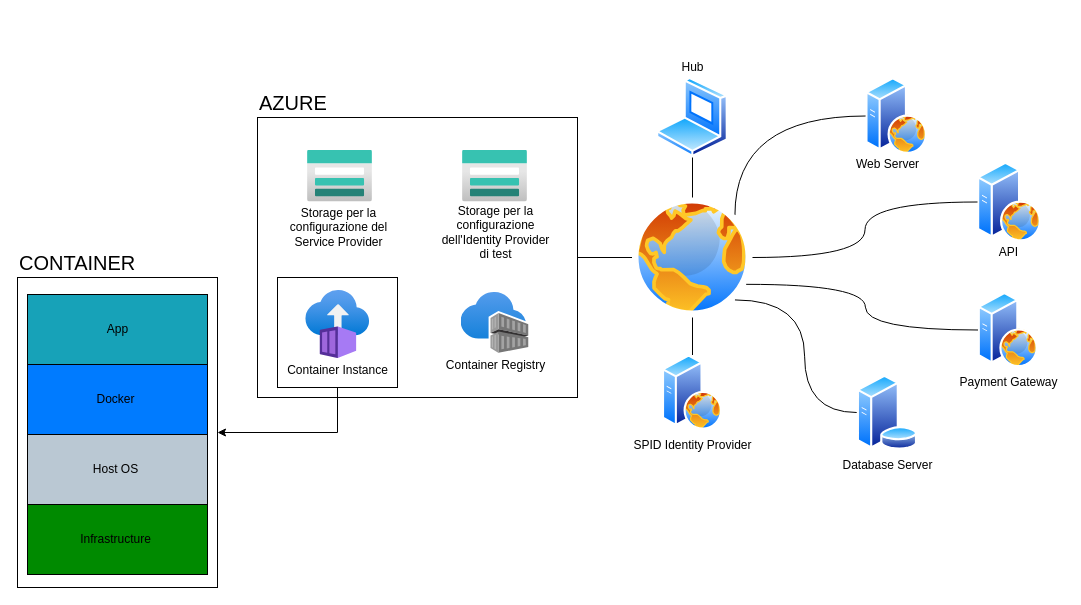
Earlier version of the draw.io diagram network.drawio (alex-sandri/esame-di-stato-2021). Source tidied: cells renumbered, new cells numbered last; positions are measured from the earlier drawing's top-left corner, leaving out a move shared by most shapes. Both pictures are drawn from the tidied source at 100%, with x=0, y=0 at pixel (17, 57).
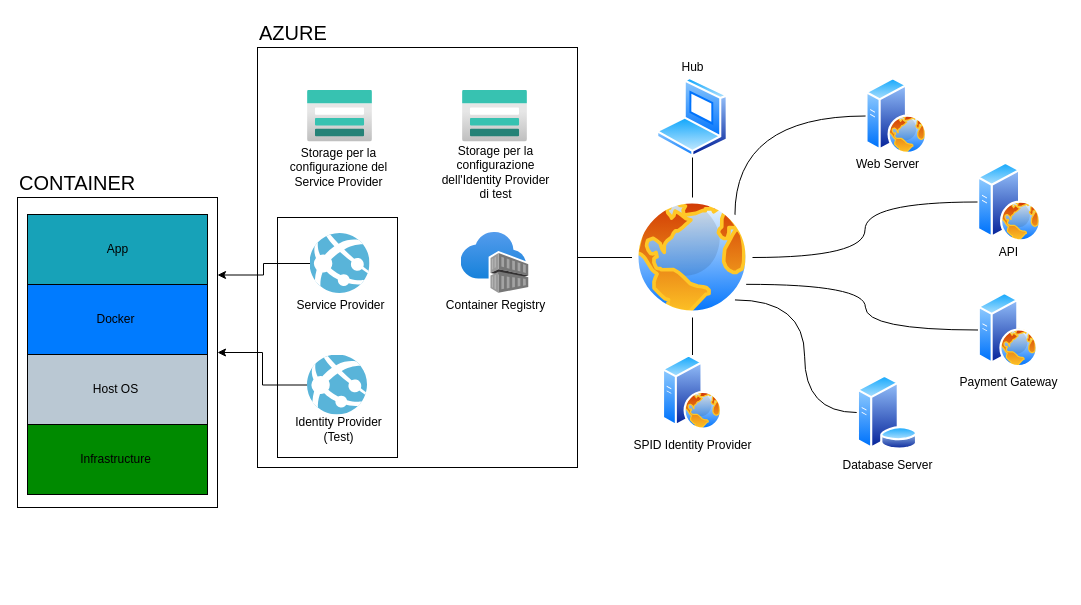
Above is the later version.

Commit message (it also covers changes not shown here):
Update network diagram

What changed in the source:
```diff
@@
     <mxCell id="2" style="html=1;align=center;image;fontSize=12;image=img/lib/azure2/containers/Container_Registries.svg;" parent="1" vertex="1">
-      <mxGeometry x="443.5" y="235" width="68" height="61" as="geometry" />
+      <mxGeometry x="443.5" y="175" width="68" height="61" as="geometry" />
     </mxCell>
-    <mxCell id="3" style="html=1;align=center;image;fontSize=12;image=img/lib/azure2/compute/Container_Instances.svg;" parent="1" vertex="1">
-      <mxGeometry x="288.2" y="233" width="64" height="68" as="geometry" />
-    </mxCell>
     <mxCell id="4" style="html=1;align=center;image;fontSize=12;image=img/lib/azure2/storage/Storage_Accounts.svg;" parent="1" vertex="1">
-      <mxGeometry x="445" y="92.5" width="65" height="52" as="geometry" />
+      <mxGeometry x="445" y="32.5" width="65" height="52" as="geometry" />
     </mxCell>
     <mxCell id="5" style="html=1;align=center;image;fontSize=12;image=img/lib/azure2/storage/Storage_Accounts.svg;" parent="1" vertex="1">
-      <mxGeometry x="290" y="92.5" width="65" height="52" as="geometry" />
+      <mxGeometry x="290" y="32.5" width="65" height="52" as="geometry" />
     </mxCell>
@@
     <mxCell id="7" style="rounded=0;whiteSpace=wrap;html=1;fillColor=none;" parent="1" vertex="1">
-      <mxGeometry x="240" y="60" width="320" height="280" as="geometry" />
+      <mxGeometry x="240" y="-10" width="320" height="420" as="geometry" />
     </mxCell>
     <mxCell id="8" value="AZURE" style="text;html=1;align=left;verticalAlign=middle;strokeColor=none;fontSize=20;fontStyle=0;labelBackgroundColor=none;" parent="1" vertex="1">
-      <mxGeometry x="240" y="30" width="80" height="30" as="geometry" />
+      <mxGeometry x="240" y="-40" width="80" height="30" as="geometry" />
     </mxCell>
@@
     <mxCell id="19" value="Container Registry" style="text;html=1;align=center;verticalAlign=middle;strokeColor=none;" parent="1" vertex="1">
-      <mxGeometry x="422.5" y="297.5" width="110" height="20" as="geometry" />
+      <mxGeometry x="422.5" y="237.5" width="110" height="20" as="geometry" />
     </mxCell>
-    <mxCell id="20" value="Container Instance" style="text;html=1;align=center;verticalAlign=middle;strokeColor=none;" parent="1" vertex="1">
-      <mxGeometry x="259.8" y="302.5" width="120" height="20" as="geometry" />
-    </mxCell>
     <mxCell id="21" value="Storage per la&lt;br&gt;configurazione del&lt;br&gt;Service Provider" style="text;html=1;align=center;verticalAlign=middle;strokeColor=none;" parent="1" vertex="1">
-      <mxGeometry x="266" y="144.5" width="110" height="50" as="geometry" />
+      <mxGeometry x="266" y="84.5" width="110" height="50" as="geometry" />
     </mxCell>
     <mxCell id="22" value="Storage per la&lt;br&gt;configurazione&lt;br&gt;dell'Identity Provider&lt;br&gt;di test" style="text;html=1;align=center;verticalAlign=middle;strokeColor=none;" parent="1" vertex="1">
-      <mxGeometry x="417.5" y="144.5" width="120" height="60" as="geometry" />
+      <mxGeometry x="417.5" y="84.5" width="120" height="60" as="geometry" />
     </mxCell>
@@
-    <mxCell id="32" style="edgeStyle=orthogonalEdgeStyle;rounded=0;jettySize=auto;html=1;exitX=0.5;exitY=1;exitDx=0;exitDy=0;entryX=1;entryY=0.5;entryDx=0;entryDy=0;fontColor=#f0f0f0;endArrow=classic;endFill=1;" parent="1" edge="1" source="33" target="34">
-      <mxGeometry relative="1" as="geometry" />
-    </mxCell>
     <mxCell id="33" style="rounded=0;whiteSpace=wrap;html=1;fillColor=none;" parent="1" vertex="1">
-      <mxGeometry x="260" y="220" width="120" height="110" as="geometry" />
+      <mxGeometry x="260" y="160" width="120" height="240" as="geometry" />
     </mxCell>
     <mxCell id="34" style="rounded=0;whiteSpace=wrap;html=1;fillColor=none;" parent="1" vertex="1">
-      <mxGeometry y="220" width="200" height="310" as="geometry" />
+      <mxGeometry y="140" width="200" height="310" as="geometry" />
     </mxCell>
     <mxCell id="35" value="CONTAINER" style="text;html=1;align=left;verticalAlign=middle;strokeColor=none;fontSize=20;fontStyle=0;labelBackgroundColor=none;" parent="1" vertex="1">
-      <mxGeometry y="190" width="130" height="30" as="geometry" />
+      <mxGeometry y="110" width="130" height="30" as="geometry" />
     </mxCell>
     <mxCell id="36" style="rounded=0;whiteSpace=wrap;html=1;fillColor=#008a00;fontColor=#ffffff;" parent="1" vertex="1">
-      <mxGeometry x="10" y="447" width="180" height="70" as="geometry" />
+      <mxGeometry x="10" y="367" width="180" height="70" as="geometry" />
     </mxCell>
     <mxCell id="37" style="rounded=0;whiteSpace=wrap;html=1;fillColor=#BAC8D3;" parent="1" vertex="1">
-      <mxGeometry x="10" y="377" width="180" height="70" as="geometry" />
+      <mxGeometry x="10" y="297" width="180" height="70" as="geometry" />
     </mxCell>
     <mxCell id="38" style="rounded=0;whiteSpace=wrap;html=1;fillColor=#007bff;" parent="1" vertex="1">
-      <mxGeometry x="10" y="307" width="180" height="70" as="geometry" />
+      <mxGeometry x="10" y="227" width="180" height="70" as="geometry" />
     </mxCell>
     <mxCell id="39" style="rounded=0;whiteSpace=wrap;html=1;fillColor=#17a2b8;" parent="1" vertex="1">
-      <mxGeometry x="10" y="237" width="180" height="70" as="geometry" />
+      <mxGeometry x="10" y="157" width="180" height="70" as="geometry" />
     </mxCell>
     <mxCell id="40" value="App" style="text;html=1;align=center;verticalAlign=middle;strokeColor=none;" parent="1" vertex="1">
-      <mxGeometry x="80" y="262" width="40" height="20" as="geometry" />
+      <mxGeometry x="80" y="182" width="40" height="20" as="geometry" />
     </mxCell>
     <mxCell id="41" value="Docker" style="text;html=1;align=center;verticalAlign=middle;strokeColor=none;" parent="1" vertex="1">
-      <mxGeometry x="73" y="332" width="50" height="20" as="geometry" />
+      <mxGeometry x="73" y="252" width="50" height="20" as="geometry" />
     </mxCell>
     <mxCell id="42" value="Host OS" style="text;html=1;align=center;verticalAlign=middle;strokeColor=none;fontColor=#000000;" parent="1" vertex="1">
-      <mxGeometry x="68" y="402" width="60" height="20" as="geometry" />
+      <mxGeometry x="68" y="322" width="60" height="20" as="geometry" />
     </mxCell>
     <mxCell id="43" value="Infrastructure" style="text;html=1;align=center;verticalAlign=middle;strokeColor=none;" parent="1" vertex="1">
-      <mxGeometry x="53" y="472" width="90" height="20" as="geometry" />
+      <mxGeometry x="53" y="392" width="90" height="20" as="geometry" />
     </mxCell>
+    <mxCell id="44" style="edgeStyle=orthogonalEdgeStyle;rounded=0;jettySize=auto;html=1;entryX=1;entryY=0.25;entryDx=0;entryDy=0;" parent="1" edge="1" source="45" target="34">
+      <mxGeometry relative="1" as="geometry">
+        <Array as="points">
+          <mxPoint x="246" y="206" />
+          <mxPoint x="246" y="218" />
+        </Array>
+      </mxGeometry>
+    </mxCell>
+    <mxCell id="45" style="html=1;points=[];align=center;image;fontSize=12;image=img/lib/mscae/App_Services.svg;" parent="1" vertex="1">
+      <mxGeometry x="292.5" y="176" width="60" height="60" as="geometry" />
+    </mxCell>
+    <mxCell id="46" value="Service Provider" style="text;html=1;align=center;verticalAlign=middle;strokeColor=none;" parent="1" vertex="1">
+      <mxGeometry x="272.5" y="237.5" width="100" height="20" as="geometry" />
+    </mxCell>
+    <mxCell id="47" style="edgeStyle=orthogonalEdgeStyle;rounded=0;jettySize=auto;html=1;entryX=1;entryY=0.5;entryDx=0;entryDy=0;" parent="1" edge="1" source="48" target="34">
+      <mxGeometry relative="1" as="geometry" />
+    </mxCell>
+    <mxCell id="48" style="html=1;points=[];align=center;image;fontSize=12;image=img/lib/mscae/App_Services.svg;" parent="1" vertex="1">
+      <mxGeometry x="290" y="297.5" width="60" height="60" as="geometry" />
+    </mxCell>
+    <mxCell id="49" value="Identity Provider&lt;br&gt;(Test)" style="text;html=1;align=center;verticalAlign=middle;strokeColor=none;" parent="1" vertex="1">
+      <mxGeometry x="271" y="357" width="100" height="30" as="geometry" />
+    </mxCell>
```
